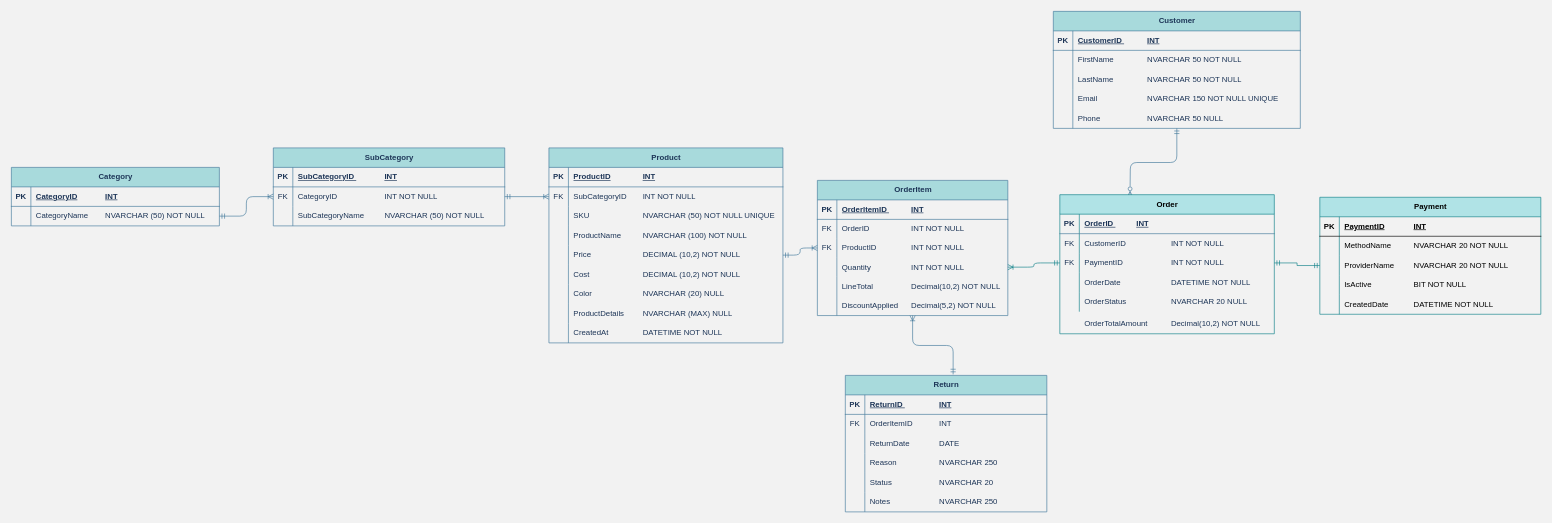
Earlier version of the draw.io diagram page "Fysiska" (2 of 2) of NetOnNet.drawio (dargys/KimmosLektion). Source tidied: cells renumbered, new cells numbered last; positions are measured from the earlier drawing's top-left corner, leaving out a move shared by most shapes. Both pictures are drawn from the tidied source at 65%, with x=0, y=0 at pixel (11, 11).
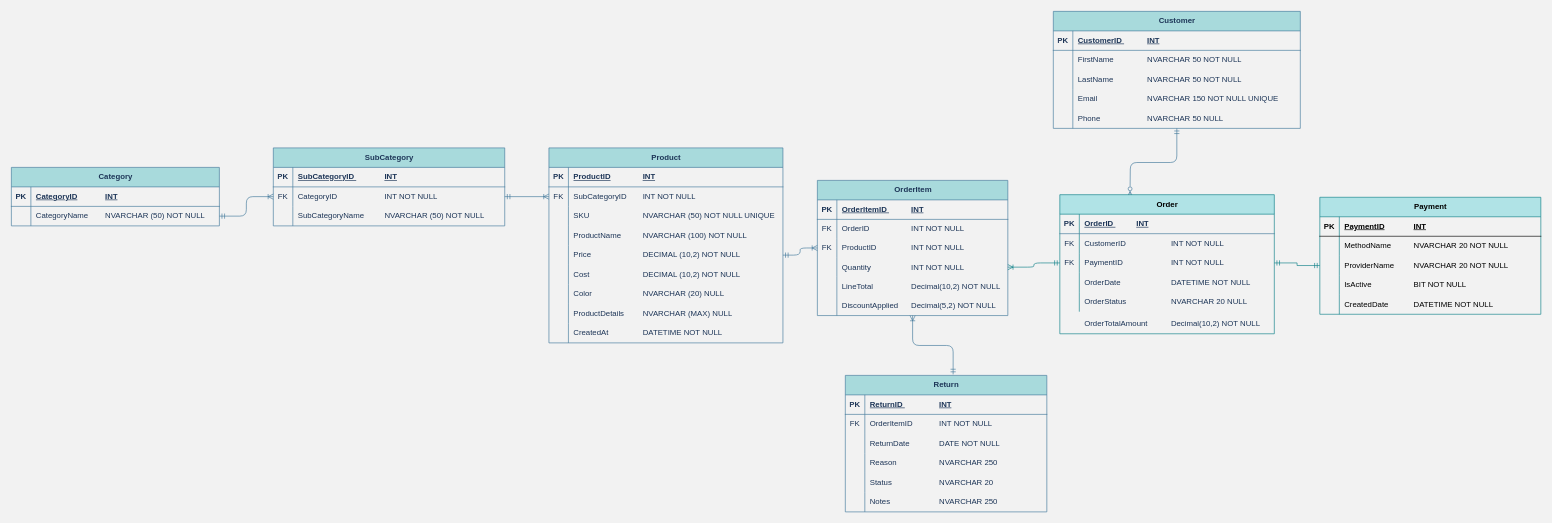
The same page after the edit.

Commit message (it also covers changes not shown here):
New file for SQL questions, fixed get date in the product table, deleted the Logical part of the ERD and fixed the Conceptual for the ppt.

Unchanged cells that the change refers to:
```xml
<mxCell id="73" style="shape=tableRow;horizontal=0;startSize=0;swimlaneHead=0;swimlaneBody=0;fillColor=none;top=0;left=0;right=0;bottom=0;strokeColor=#457B9D;fontColor=#1D3557;labelBackgroundColor=none;" parent="69" vertex="1">
  <mxGeometry y="60" width="310" height="30" as="geometry" />
</mxCell>
<mxCell id="76" style="shape=tableRow;horizontal=0;startSize=0;swimlaneHead=0;swimlaneBody=0;fillColor=none;top=0;left=0;right=0;bottom=0;strokeColor=#457B9D;fontColor=#1D3557;labelBackgroundColor=none;" parent="69" vertex="1">
  <mxGeometry y="90" width="310" height="30" as="geometry" />
</mxCell>
```

The edit, as a diff of the source:
```diff
@@
-    <mxCell id="75" value="OrderItemID&lt;span style=&quot;white-space: pre;&quot;&gt;&#9;&lt;/span&gt;&lt;span style=&quot;white-space: pre;&quot;&gt;&#9;&lt;/span&gt;INT" style="shape=partialRectangle;fillColor=none;top=0;left=0;bottom=0;right=0;align=left;spacingLeft=6;overflow=hidden;whiteSpace=wrap;html=1;strokeColor=#457B9D;fontColor=#1D3557;labelBackgroundColor=none;" parent="73" vertex="1">
+    <mxCell id="75" value="OrderItemID&lt;span style=&quot;white-space: pre;&quot;&gt;&#9;&lt;/span&gt;&lt;span style=&quot;white-space: pre;&quot;&gt;&#9;&lt;/span&gt;INT NOT NULL" style="shape=partialRectangle;fillColor=none;top=0;left=0;bottom=0;right=0;align=left;spacingLeft=6;overflow=hidden;whiteSpace=wrap;html=1;strokeColor=#457B9D;fontColor=#1D3557;labelBackgroundColor=none;" parent="73" vertex="1">
       <mxGeometry x="30" width="280" height="30" as="geometry" />
     </mxCell>
@@
-    <mxCell id="78" value="ReturnDate&lt;span style=&quot;white-space: pre;&quot;&gt;&#9;&lt;/span&gt;&lt;span style=&quot;white-space: pre;&quot;&gt;&#9;&lt;/span&gt;DATE" style="shape=partialRectangle;fillColor=none;top=0;left=0;bottom=0;right=0;align=left;spacingLeft=6;overflow=hidden;whiteSpace=wrap;html=1;strokeColor=#457B9D;fontColor=#1D3557;labelBackgroundColor=none;" parent="76" vertex="1">
+    <mxCell id="78" value="ReturnDate&lt;span style=&quot;white-space: pre;&quot;&gt;&#9;&lt;/span&gt;&lt;span style=&quot;white-space: pre;&quot;&gt;&#9;&lt;/span&gt;DATE NOT NULL" style="shape=partialRectangle;fillColor=none;top=0;left=0;bottom=0;right=0;align=left;spacingLeft=6;overflow=hidden;whiteSpace=wrap;html=1;strokeColor=#457B9D;fontColor=#1D3557;labelBackgroundColor=none;" parent="76" vertex="1">
       <mxGeometry x="30" width="280" height="30" as="geometry" />
     </mxCell>
```
